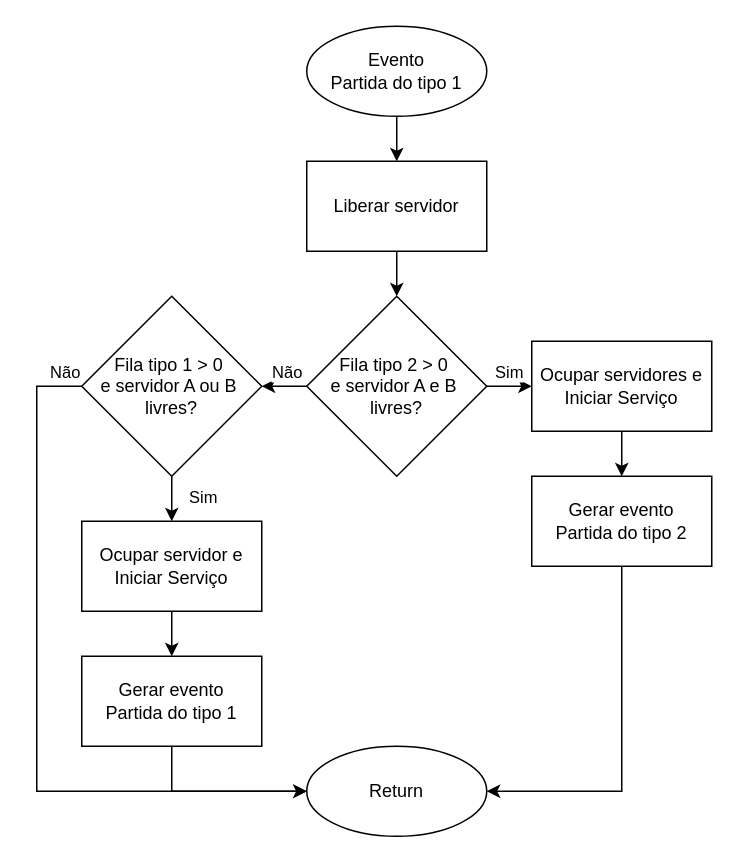
The draw.io diagram page "departure_type1" (2 of 4) of recurso/docs/diagrams.drawio in andreaoliveira9/Projeto-SO-1-Sim, before the edit. Source tidied: cells renumbered, new cells numbered last; positions are measured from the earlier drawing's top-left corner, leaving out a move shared by most shapes. Both pictures are drawn from the tidied source at 150%, with x=0, y=0 at pixel (36, 26).
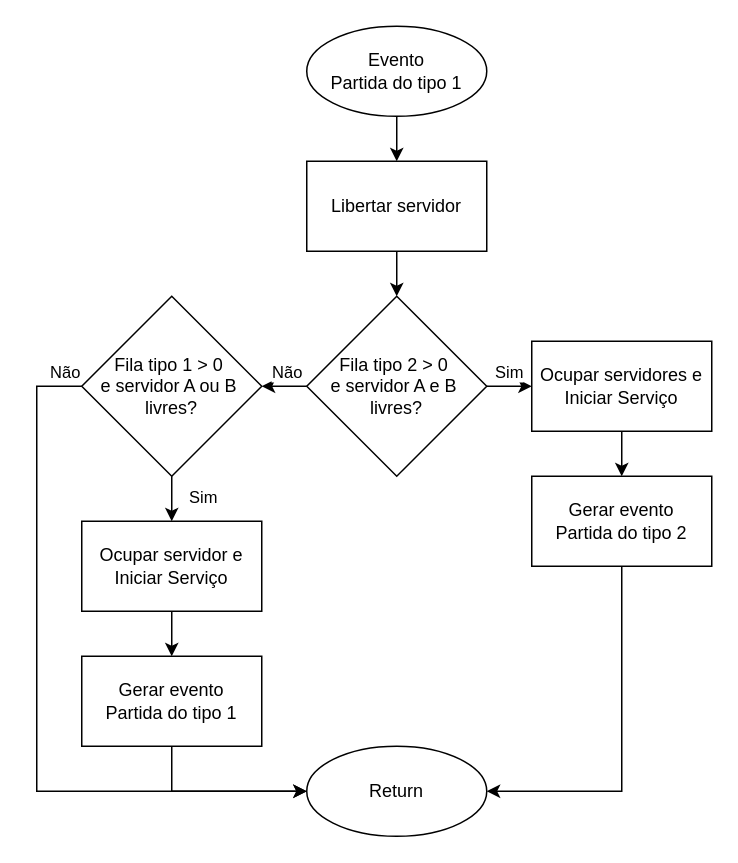
The same page after the edit.

What changed in the source:
```diff
@@
-    <mxCell id="5" value="Liberar servidor" style="rounded=0;whiteSpace=wrap;html=1;" parent="1" vertex="1">
+    <mxCell id="5" value="Libertar servidor" style="rounded=0;whiteSpace=wrap;html=1;" parent="1" vertex="1">
       <mxGeometry x="180" y="90" width="120" height="60" as="geometry" />
     </mxCell>
```
